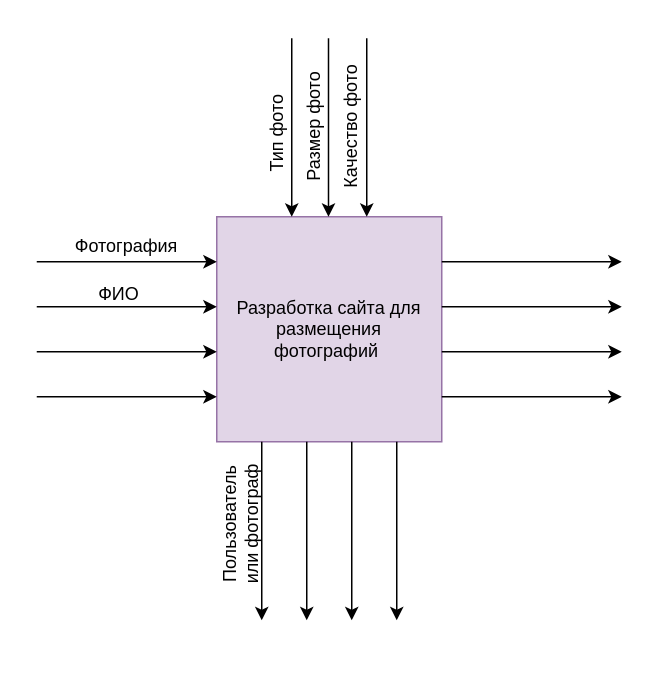
Earlier version of the draw.io diagram Untitled Diagram.drawio (Dok23/XZ). Source tidied: cells renumbered, new cells numbered last; positions are measured from the earlier drawing's top-left corner, leaving out a move shared by most shapes. Both pictures are drawn from the tidied source at 150%, with x=0, y=0 at pixel (36, 38).
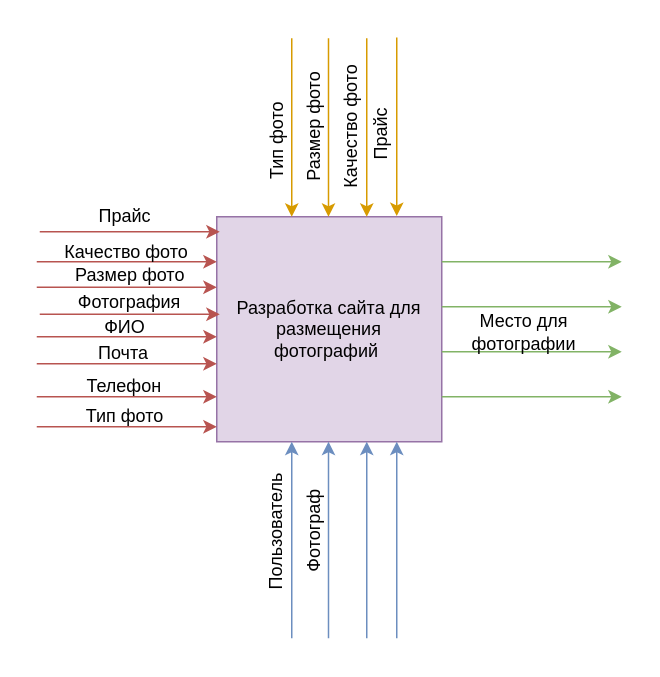
Above is the later version.

Diff of the diagram source:
```diff
@@
-    <mxCell id="4" style="endArrow=classic;html=1;" parent="1" edge="1">
+    <mxCell id="4" style="endArrow=classic;html=1;fillColor=#f8cecc;strokeColor=#b85450;" parent="1" edge="1">
       <mxGeometry relative="1" as="geometry">
-        <mxPoint y="209" as="sourcePoint" />
-        <mxPoint x="120" y="209" as="targetPoint" />
+        <mxPoint y="217" as="sourcePoint" />
+        <mxPoint x="120" y="217" as="targetPoint" />
       </mxGeometry>
     </mxCell>
-    <mxCell id="5" style="endArrow=classic;html=1;" parent="1" edge="1">
+    <mxCell id="5" style="endArrow=classic;html=1;fillColor=#f8cecc;strokeColor=#b85450;" parent="1" edge="1">
       <mxGeometry relative="1" as="geometry">
         <mxPoint y="239" as="sourcePoint" />
         <mxPoint x="120" y="239" as="targetPoint" />
       </mxGeometry>
     </mxCell>
-    <mxCell id="6" style="endArrow=classic;html=1;" parent="1" edge="1">
+    <mxCell id="6" style="endArrow=classic;html=1;fillColor=#f8cecc;strokeColor=#b85450;" parent="1" edge="1">
       <mxGeometry relative="1" as="geometry">
-        <mxPoint y="179" as="sourcePoint" />
-        <mxPoint x="120" y="179" as="targetPoint" />
+        <mxPoint y="199" as="sourcePoint" />
+        <mxPoint x="120" y="199" as="targetPoint" />
       </mxGeometry>
     </mxCell>
-    <mxCell id="7" style="endArrow=classic;html=1;" parent="1" edge="1">
+    <mxCell id="7" style="endArrow=classic;html=1;fillColor=#f8cecc;strokeColor=#b85450;" parent="1" edge="1">
       <mxGeometry relative="1" as="geometry">
-        <mxPoint y="149" as="sourcePoint" />
-        <mxPoint x="120" y="149" as="targetPoint" />
+        <mxPoint x="2" y="184" as="sourcePoint" />
+        <mxPoint x="122" y="184" as="targetPoint" />
       </mxGeometry>
     </mxCell>
-    <mxCell id="8" style="endArrow=classic;html=1;" parent="1" edge="1">
+    <mxCell id="8" style="endArrow=classic;html=1;fillColor=#d5e8d4;strokeColor=#82b366;" parent="1" edge="1">
       <mxGeometry relative="1" as="geometry">
         <mxPoint x="270" y="239" as="sourcePoint" />
         <mxPoint x="390" y="239" as="targetPoint" />
       </mxGeometry>
     </mxCell>
-    <mxCell id="9" style="endArrow=classic;html=1;" parent="1" edge="1">
+    <mxCell id="9" style="endArrow=classic;html=1;fillColor=#d5e8d4;strokeColor=#82b366;" parent="1" edge="1">
       <mxGeometry relative="1" as="geometry">
         <mxPoint x="270" y="209" as="sourcePoint" />
         <mxPoint x="390" y="209" as="targetPoint" />
       </mxGeometry>
     </mxCell>
-    <mxCell id="10" style="endArrow=classic;html=1;" parent="1" edge="1">
+    <mxCell id="10" style="endArrow=classic;html=1;fillColor=#d5e8d4;strokeColor=#82b366;" parent="1" edge="1">
       <mxGeometry relative="1" as="geometry">
         <mxPoint x="270" y="179" as="sourcePoint" />
         <mxPoint x="390" y="179" as="targetPoint" />
       </mxGeometry>
     </mxCell>
-    <mxCell id="11" style="endArrow=classic;html=1;" parent="1" edge="1">
+    <mxCell id="11" style="endArrow=classic;html=1;fillColor=#d5e8d4;strokeColor=#82b366;" parent="1" edge="1">
       <mxGeometry relative="1" as="geometry">
         <mxPoint x="270" y="149" as="sourcePoint" />
         <mxPoint x="390" y="149" as="targetPoint" />
       </mxGeometry>
     </mxCell>
-    <mxCell id="12" style="endArrow=classic;html=1;" parent="1" edge="1">
+    <mxCell id="12" style="endArrow=classic;html=1;fillColor=#ffe6cc;strokeColor=#d79b00;" parent="1" edge="1">
       <mxGeometry relative="1" as="geometry">
         <mxPoint x="170" as="sourcePoint" />
         <mxPoint x="170" y="119" as="targetPoint" />
       </mxGeometry>
     </mxCell>
-    <mxCell id="13" style="endArrow=classic;html=1;" parent="1" edge="1">
+    <mxCell id="13" style="endArrow=classic;html=1;fillColor=#ffe6cc;strokeColor=#d79b00;" parent="1" edge="1">
       <mxGeometry relative="1" as="geometry">
         <mxPoint x="194.5" as="sourcePoint" />
         <mxPoint x="194.5" y="119" as="targetPoint" />
       </mxGeometry>
     </mxCell>
-    <mxCell id="14" style="endArrow=classic;html=1;" parent="1" edge="1">
-      <mxGeometry relative="1" as="geometry">
-        <mxPoint x="240" y="269" as="sourcePoint" />
-        <mxPoint x="240" y="388" as="targetPoint" />
-      </mxGeometry>
-    </mxCell>
-    <mxCell id="15" style="endArrow=classic;html=1;" parent="1" edge="1">
-      <mxGeometry relative="1" as="geometry">
-        <mxPoint x="210" y="269" as="sourcePoint" />
-        <mxPoint x="210" y="388" as="targetPoint" />
-      </mxGeometry>
-    </mxCell>
-    <mxCell id="16" style="endArrow=classic;html=1;" parent="1" edge="1">
-      <mxGeometry relative="1" as="geometry">
-        <mxPoint x="180" y="269" as="sourcePoint" />
-        <mxPoint x="180" y="388" as="targetPoint" />
-      </mxGeometry>
-    </mxCell>
-    <mxCell id="17" style="endArrow=classic;html=1;" parent="1" edge="1">
+    <mxCell id="17" style="endArrow=classic;html=1;fillColor=#dae8fc;strokeColor=#6c8ebf;" parent="1" edge="1">
       <mxGeometry relative="1" as="geometry">
-        <mxPoint x="150" y="269" as="sourcePoint" />
-        <mxPoint x="150" y="388" as="targetPoint" />
+        <mxPoint x="170" y="400" as="sourcePoint" />
+        <mxPoint x="170" y="269" as="targetPoint" />
       </mxGeometry>
     </mxCell>
     <mxCell id="18" value="Тип фото" style="text;html=1;strokeColor=none;fillColor=none;align=center;verticalAlign=middle;whiteSpace=wrap;rounded=0;rotation=-90;" parent="1" vertex="1">
-      <mxGeometry x="120" y="44" width="80" height="39" as="geometry" />
+      <mxGeometry x="120" y="49" width="80" height="39" as="geometry" />
     </mxCell>
@@
     <mxCell id="20" value="Фотография" style="text;html=1;strokeColor=none;fillColor=none;align=center;verticalAlign=middle;whiteSpace=wrap;rounded=0;" parent="1" vertex="1">
-      <mxGeometry x="40" y="129" width="40" height="20" as="geometry" />
+      <mxGeometry x="42" y="166" width="40" height="20" as="geometry" />
     </mxCell>
     <mxCell id="21" value="ФИО" style="text;html=1;strokeColor=none;fillColor=none;align=center;verticalAlign=middle;whiteSpace=wrap;rounded=0;" parent="1" vertex="1">
-      <mxGeometry x="20" y="158" width="70" height="25" as="geometry" />
+      <mxGeometry x="23.5" y="183" width="70" height="19" as="geometry" />
     </mxCell>
@@
-    <mxCell id="23" style="endArrow=classic;html=1;" parent="1" edge="1">
+    <mxCell id="23" style="endArrow=classic;html=1;fillColor=#ffe6cc;strokeColor=#d79b00;" parent="1" edge="1">
       <mxGeometry relative="1" as="geometry">
         <mxPoint x="220" as="sourcePoint" />
         <mxPoint x="220" y="119" as="targetPoint" />
       </mxGeometry>
     </mxCell>
-    <mxCell id="24" value="Пользователь&lt;br&gt;или фотограф" style="text;html=1;strokeColor=none;fillColor=none;align=center;verticalAlign=middle;whiteSpace=wrap;rounded=0;rotation=-90;" parent="1" vertex="1">
-      <mxGeometry x="80" y="309" width="112" height="30" as="geometry" />
-    </mxCell>
+    <mxCell id="25" value="Место для фотографии" style="text;html=1;strokeColor=none;fillColor=none;align=center;verticalAlign=middle;whiteSpace=wrap;rounded=0;" parent="1" vertex="1">
+      <mxGeometry x="260" y="185" width="130" height="21" as="geometry" />
+    </mxCell>
+    <mxCell id="26" value="Почта" style="text;html=1;strokeColor=none;fillColor=none;align=center;verticalAlign=middle;whiteSpace=wrap;rounded=0;" parent="1" vertex="1">
+      <mxGeometry x="35" y="186" width="46" height="47" as="geometry" />
+    </mxCell>
+    <mxCell id="27" value="Прайс" style="text;html=1;strokeColor=none;fillColor=none;align=center;verticalAlign=middle;whiteSpace=wrap;rounded=0;rotation=-90;" parent="1" vertex="1">
+      <mxGeometry x="210" y="54" width="40" height="20" as="geometry" />
+    </mxCell>
+    <mxCell id="28" style="endArrow=classic;html=1;fillColor=#ffe6cc;strokeColor=#d79b00;" parent="1" edge="1">
+      <mxGeometry relative="1" as="geometry">
+        <mxPoint x="240" y="-0.5" as="sourcePoint" />
+        <mxPoint x="240" y="118.5" as="targetPoint" />
+      </mxGeometry>
+    </mxCell>
+    <mxCell id="29" value="Телефон" style="text;html=1;strokeColor=none;fillColor=none;align=center;verticalAlign=middle;whiteSpace=wrap;rounded=0;" parent="1" vertex="1">
+      <mxGeometry x="35" y="217" width="47" height="29" as="geometry" />
+    </mxCell>
+    <mxCell id="30" style="endArrow=classic;html=1;fillColor=#dae8fc;strokeColor=#6c8ebf;" parent="1" edge="1">
+      <mxGeometry relative="1" as="geometry">
+        <mxPoint x="194.5" y="400" as="sourcePoint" />
+        <mxPoint x="194.5" y="269" as="targetPoint" />
+      </mxGeometry>
+    </mxCell>
+    <mxCell id="31" style="endArrow=classic;html=1;fillColor=#dae8fc;strokeColor=#6c8ebf;" parent="1" edge="1">
+      <mxGeometry relative="1" as="geometry">
+        <mxPoint x="220" y="400" as="sourcePoint" />
+        <mxPoint x="220" y="269" as="targetPoint" />
+      </mxGeometry>
+    </mxCell>
+    <mxCell id="32" style="endArrow=classic;html=1;fillColor=#dae8fc;strokeColor=#6c8ebf;" parent="1" edge="1">
+      <mxGeometry relative="1" as="geometry">
+        <mxPoint x="240" y="400" as="sourcePoint" />
+        <mxPoint x="240" y="269" as="targetPoint" />
+      </mxGeometry>
+    </mxCell>
+    <mxCell id="33" value="Пользователь" style="text;html=1;strokeColor=none;fillColor=none;align=center;verticalAlign=middle;whiteSpace=wrap;rounded=0;rotation=-90;" parent="1" vertex="1">
+      <mxGeometry x="100" y="319" width="120" height="20" as="geometry" />
+    </mxCell>
+    <mxCell id="34" value="Фотограф" style="text;html=1;strokeColor=none;fillColor=none;align=center;verticalAlign=middle;whiteSpace=wrap;rounded=0;rotation=-90;" parent="1" vertex="1">
+      <mxGeometry x="107.5" y="319" width="156" height="20" as="geometry" />
+    </mxCell>
+    <mxCell id="35" style="endArrow=classic;html=1;fillColor=#f8cecc;strokeColor=#b85450;" parent="1" edge="1">
+      <mxGeometry relative="1" as="geometry">
+        <mxPoint y="259" as="sourcePoint" />
+        <mxPoint x="120" y="259" as="targetPoint" />
+      </mxGeometry>
+    </mxCell>
+    <mxCell id="36" value="Тип фото" style="text;html=1;strokeColor=none;fillColor=none;align=center;verticalAlign=middle;whiteSpace=wrap;rounded=0;rotation=0;" parent="1" vertex="1">
+      <mxGeometry x="18.5" y="229" width="80" height="46" as="geometry" />
+    </mxCell>
+    <mxCell id="37" style="endArrow=classic;html=1;fillColor=#f8cecc;strokeColor=#b85450;" parent="1" edge="1">
+      <mxGeometry relative="1" as="geometry">
+        <mxPoint x="2" y="129" as="sourcePoint" />
+        <mxPoint x="122" y="129" as="targetPoint" />
+      </mxGeometry>
+    </mxCell>
+    <mxCell id="38" style="endArrow=classic;html=1;fillColor=#f8cecc;strokeColor=#b85450;" parent="1" edge="1">
+      <mxGeometry relative="1" as="geometry">
+        <mxPoint y="166" as="sourcePoint" />
+        <mxPoint x="120" y="166" as="targetPoint" />
+      </mxGeometry>
+    </mxCell>
+    <mxCell id="39" value="Размер фото" style="text;html=1;strokeColor=none;fillColor=none;align=center;verticalAlign=middle;whiteSpace=wrap;rounded=0;rotation=0;" parent="1" vertex="1">
+      <mxGeometry x="16.5" y="149" width="91" height="18" as="geometry" />
+    </mxCell>
+    <mxCell id="40" style="endArrow=classic;html=1;fillColor=#f8cecc;strokeColor=#b85450;" parent="1" edge="1">
+      <mxGeometry relative="1" as="geometry">
+        <mxPoint y="149" as="sourcePoint" />
+        <mxPoint x="120" y="149" as="targetPoint" />
+      </mxGeometry>
+    </mxCell>
+    <mxCell id="41" value="Качество фото" style="text;html=1;strokeColor=none;fillColor=none;align=center;verticalAlign=middle;whiteSpace=wrap;rounded=0;rotation=0;" parent="1" vertex="1">
+      <mxGeometry x="8.5" y="129" width="102" height="27" as="geometry" />
+    </mxCell>
+    <mxCell id="42" value="Прайс" style="text;html=1;strokeColor=none;fillColor=none;align=center;verticalAlign=middle;whiteSpace=wrap;rounded=0;rotation=0;" parent="1" vertex="1">
+      <mxGeometry x="38.5" y="109" width="40" height="20" as="geometry" />
+    </mxCell>
```
